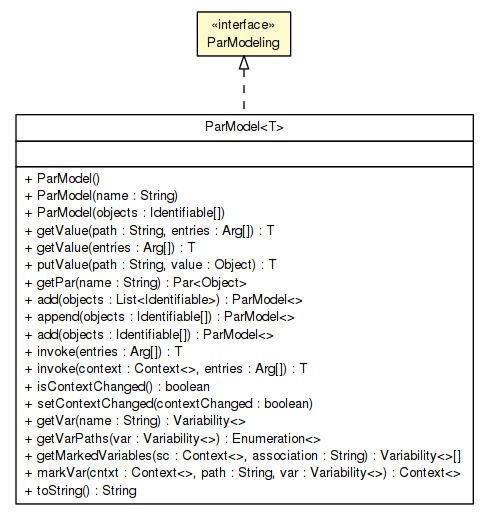
Above: apidocs/sorcer/service/ParModeling.png in sorcersoft/sorcersoft.github.io (Graphviz), before the change. Its source is kept beside it as apidocs/sorcer/service/ParModeling.dot. Source of this version:
```dot

digraph G {
	edge [fontname="Helvetica",fontsize=10,labelfontname="Helvetica",labelfontsize=10];
	node [fontname="Helvetica",fontsize=10,shape=plaintext];
	nodesep=0.25;
	ranksep=0.5;
	c379622 [label=<<table title="sorcer.service.ParModeling" border="0" cellborder="1" cellspacing="0" cellpadding="2" port="p" bgcolor="lemonChiffon" href="./ParModeling.html">
		<tr><td><table border="0" cellspacing="0" cellpadding="1">
<tr><td align="center" balign="center"> &#171;interface&#187; </td></tr>
<tr><td align="center" balign="center"> ParModeling </td></tr>
		</table></td></tr>
		</table>>, URL="./ParModeling.html", fontname="Helvetica", fontcolor="black", fontsize=10.0];
	c379706 [label=<<table title="sorcer.core.context.model.par.ParModel" border="0" cellborder="1" cellspacing="0" cellpadding="2" port="p" href="../core/context/model/par/ParModel.html">
		<tr><td><table border="0" cellspacing="0" cellpadding="1">
<tr><td align="center" balign="center"> ParModel&lt;T&gt; </td></tr>
		</table></td></tr>
		<tr><td><table border="0" cellspacing="0" cellpadding="1">
<tr><td align="left" balign="left">  </td></tr>
		</table></td></tr>
		<tr><td><table border="0" cellspacing="0" cellpadding="1">
<tr><td align="left" balign="left"> + ParModel() </td></tr>
<tr><td align="left" balign="left"> + ParModel(name : String) </td></tr>
<tr><td align="left" balign="left"> + ParModel(objects : Identifiable[]) </td></tr>
<tr><td align="left" balign="left"> + getValue(path : String, entries : Arg[]) : T </td></tr>
<tr><td align="left" balign="left"> + getValue(entries : Arg[]) : T </td></tr>
<tr><td align="left" balign="left"> + putValue(path : String, value : Object) : T </td></tr>
<tr><td align="left" balign="left"> + getPar(name : String) : Par&lt;Object&gt; </td></tr>
<tr><td align="left" balign="left"> + add(objects : List&lt;Identifiable&gt;) : ParModel&lt;&gt; </td></tr>
<tr><td align="left" balign="left"> + append(objects : Identifiable[]) : ParModel&lt;&gt; </td></tr>
<tr><td align="left" balign="left"> + add(objects : Identifiable[]) : ParModel&lt;&gt; </td></tr>
<tr><td align="left" balign="left"> + invoke(entries : Arg[]) : T </td></tr>
<tr><td align="left" balign="left"> + invoke(context : Context&lt;&gt;, entries : Arg[]) : T </td></tr>
<tr><td align="left" balign="left"> + isContextChanged() : boolean </td></tr>
<tr><td align="left" balign="left"> + setContextChanged(contextChanged : boolean) </td></tr>
<tr><td align="left" balign="left"> + getVar(name : String) : Variability&lt;&gt; </td></tr>
<tr><td align="left" balign="left"> + getVarPaths(var : Variability&lt;&gt;) : Enumeration&lt;&gt; </td></tr>
<tr><td align="left" balign="left"> + getMarkedVariables(sc : Context&lt;&gt;, association : String) : Variability&lt;&gt;[] </td></tr>
<tr><td align="left" balign="left"> + markVar(cntxt : Context&lt;&gt;, path : String, var : Variability&lt;&gt;) : Context&lt;&gt; </td></tr>
<tr><td align="left" balign="left"> + toString() : String </td></tr>
		</table></td></tr>
		</table>>, URL="../core/context/model/par/ParModel.html", fontname="Helvetica", fontcolor="black", fontsize=10.0];
	c379622:p -> c379706:p [dir=back,arrowtail=empty,style=dashed];
}
```
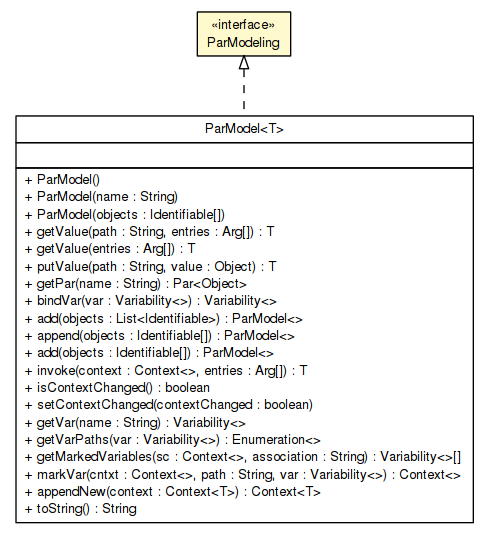
After the change.

What changed in the source:
```diff
@@ -4,13 +4,13 @@
 	node [fontname="Helvetica",fontsize=10,shape=plaintext];
 	nodesep=0.25;
 	ranksep=0.5;
-	c379622 [label=<<table title="sorcer.service.ParModeling" border="0" cellborder="1" cellspacing="0" cellpadding="2" port="p" bgcolor="lemonChiffon" href="./ParModeling.html">
+	c407183 [label=<<table title="sorcer.service.ParModeling" border="0" cellborder="1" cellspacing="0" cellpadding="2" port="p" bgcolor="lemonChiffon" href="./ParModeling.html">
 		<tr><td><table border="0" cellspacing="0" cellpadding="1">
 <tr><td align="center" balign="center"> &#171;interface&#187; </td></tr>
 <tr><td align="center" balign="center"> ParModeling </td></tr>
 		</table></td></tr>
 		</table>>, URL="./ParModeling.html", fontname="Helvetica", fontcolor="black", fontsize=10.0];
-	c379706 [label=<<table title="sorcer.core.context.model.par.ParModel" border="0" cellborder="1" cellspacing="0" cellpadding="2" port="p" href="../core/context/model/par/ParModel.html">
+	c407379 [label=<<table title="sorcer.core.context.model.par.ParModel" border="0" cellborder="1" cellspacing="0" cellpadding="2" port="p" href="../core/context/model/par/ParModel.html">
 		<tr><td><table border="0" cellspacing="0" cellpadding="1">
 <tr><td align="center" balign="center"> ParModel&lt;T&gt; </td></tr>
 		</table></td></tr>
@@ -25,10 +25,10 @@
 <tr><td align="left" balign="left"> + getValue(entries : Arg[]) : T </td></tr>
 <tr><td align="left" balign="left"> + putValue(path : String, value : Object) : T </td></tr>
 <tr><td align="left" balign="left"> + getPar(name : String) : Par&lt;Object&gt; </td></tr>
+<tr><td align="left" balign="left"> + bindVar(var : Variability&lt;&gt;) : Variability&lt;&gt; </td></tr>
 <tr><td align="left" balign="left"> + add(objects : List&lt;Identifiable&gt;) : ParModel&lt;&gt; </td></tr>
 <tr><td align="left" balign="left"> + append(objects : Identifiable[]) : ParModel&lt;&gt; </td></tr>
 <tr><td align="left" balign="left"> + add(objects : Identifiable[]) : ParModel&lt;&gt; </td></tr>
-<tr><td align="left" balign="left"> + invoke(entries : Arg[]) : T </td></tr>
 <tr><td align="left" balign="left"> + invoke(context : Context&lt;&gt;, entries : Arg[]) : T </td></tr>
 <tr><td align="left" balign="left"> + isContextChanged() : boolean </td></tr>
 <tr><td align="left" balign="left"> + setContextChanged(contextChanged : boolean) </td></tr>
@@ -36,8 +36,9 @@
 <tr><td align="left" balign="left"> + getVarPaths(var : Variability&lt;&gt;) : Enumeration&lt;&gt; </td></tr>
 <tr><td align="left" balign="left"> + getMarkedVariables(sc : Context&lt;&gt;, association : String) : Variability&lt;&gt;[] </td></tr>
 <tr><td align="left" balign="left"> + markVar(cntxt : Context&lt;&gt;, path : String, var : Variability&lt;&gt;) : Context&lt;&gt; </td></tr>
+<tr><td align="left" balign="left"> + appendNew(context : Context&lt;T&gt;) : Context&lt;T&gt; </td></tr>
 <tr><td align="left" balign="left"> + toString() : String </td></tr>
 		</table></td></tr>
 		</table>>, URL="../core/context/model/par/ParModel.html", fontname="Helvetica", fontcolor="black", fontsize=10.0];
-	c379622:p -> c379706:p [dir=back,arrowtail=empty,style=dashed];
+	c407183:p -> c407379:p [dir=back,arrowtail=empty,style=dashed];
 }
```
